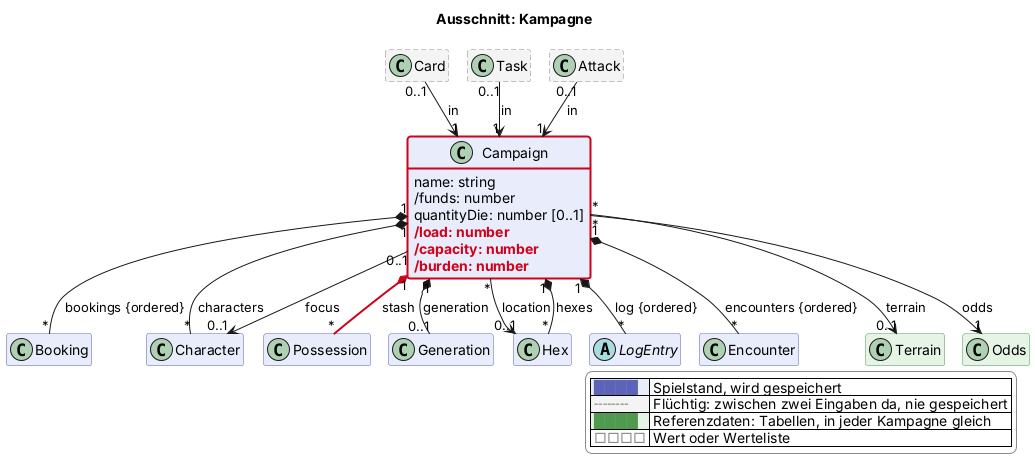
The PlantUML diagram docs/views/kampagne.png in scuzzar/SRE, before a commit.
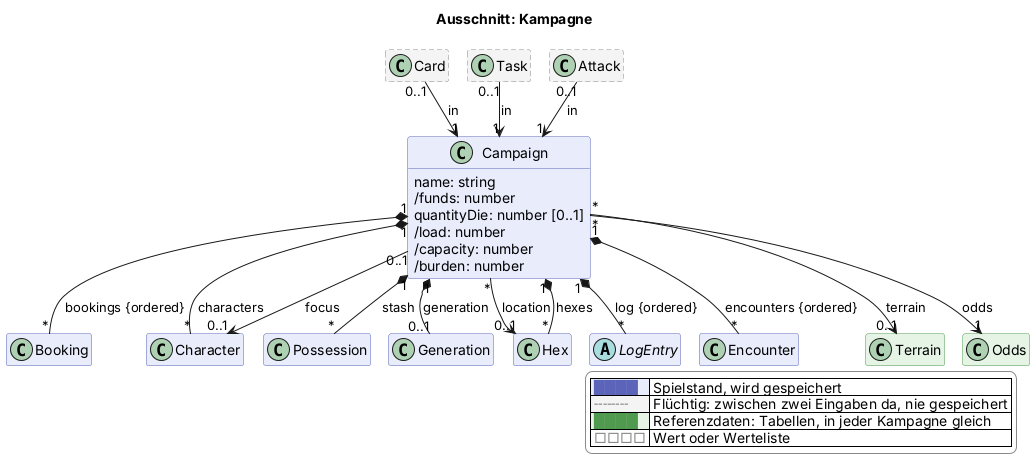
The same diagram one commit later.

The edit, as a diff of the source:
```diff
@@ -70,9 +70,9 @@
     name: string
     /funds: number
     quantityDie: number [0..1]
-    $new("2026-11-13b", "/load: number")
-    $new("2026-11-13b", "/capacity: number")
-    $new("2026-11-13b", "/burden: number")
+    /load: number
+    /capacity: number
+    /burden: number
   }
   class Booking $shop
   class Character $charakter
@@ -104,7 +104,7 @@
 
 Campaign "1" *-- "*" Hex : hexes
 
-Campaign "1" *-$newArrow("2026-11-13b")- "*" Possession : stash
+Campaign "1" *-- "*" Possession : stash
 
 
 
@@ -124,5 +124,4 @@
   |<#e6f4e6> <color:#4f9a4f>████</color> | Referenzdaten: Tabellen, in jeder Kampagne gleich |
   |<#ffffff> <color:#8a8a8a>□□□□</color> | Wert oder Werteliste |
 endlegend
-class Campaign #line:d0021b;line.bold
 @enduml
```
